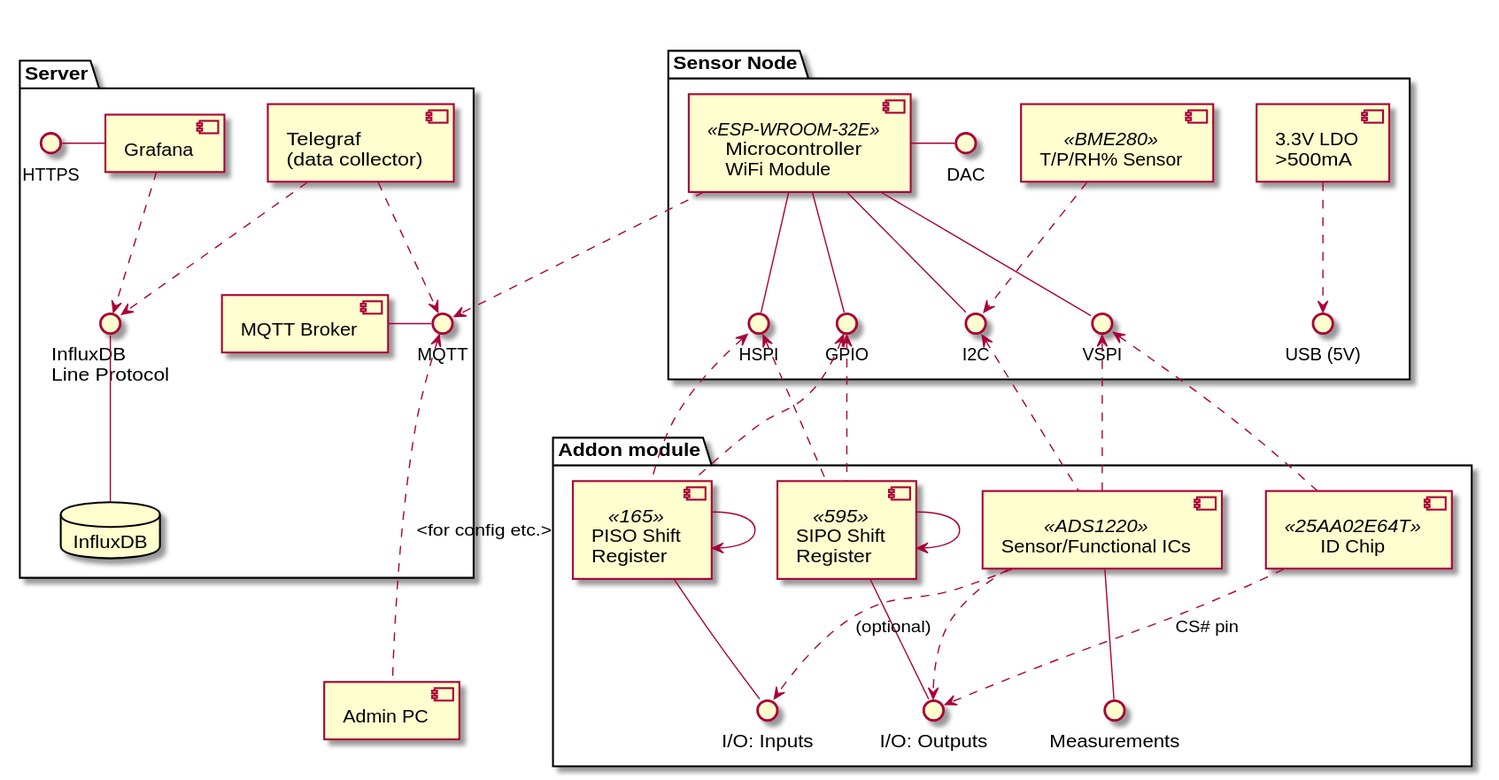
This is docs/components.svg from Tulitomaatti/mittari, a PlantUML export, as it was before one commit.
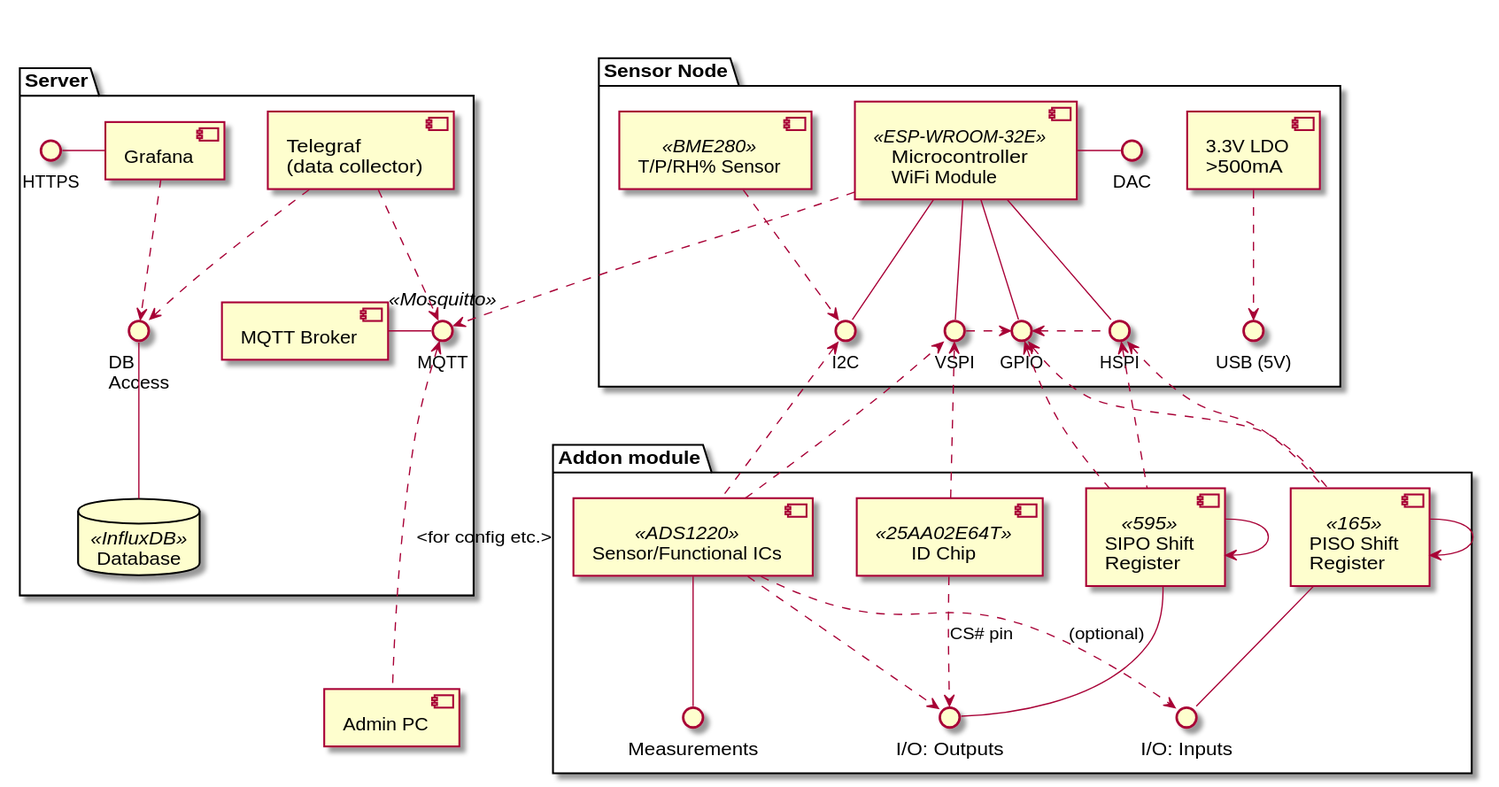
The same diagram one commit later.

Commit message:
Tuned component diagram.

Diff of the diagram source:
```diff
@@ -25,18 +25,17 @@
 
 package server as "Server" {
     component mqtt_broker as "MQTT Broker"
-    interface mqtt as "MQTT"
+    interface mqtt as "MQTT" <<Mosquitto>>
 
     component telegraf as "Telegraf\n(data collector)"
-    database db as "InfluxDB"
-    interface influx as "InfluxDB\nLine Protocol"
+    database db as "Database" <<InfluxDB>>
+    interface influx as "DB\nAccess"
 
     component grafana as "Grafana"
     interface HTTPS
 }
 
 component pc as "Admin PC"
-
 
 
 telegraf ..> mqtt
@@ -64,7 +63,6 @@
 piso_sr --> piso_sr
 
 
-
 id_eeprom ..> module_outputs : CS# pin
 id_eeprom ..> VSPI
 
@@ -77,8 +75,11 @@
 pc .up..> mqtt : <for config etc.>
 
 piso_sr <-[hidden] sensor
-
 DAC <-[hidden] ldo
 BME280 <-[hidden] ldo
 I2C <-[hidden] GPIO
+
+GPIO <.right. HSPI
+GPIO <.left. VSPI
+
 @enduml
```
